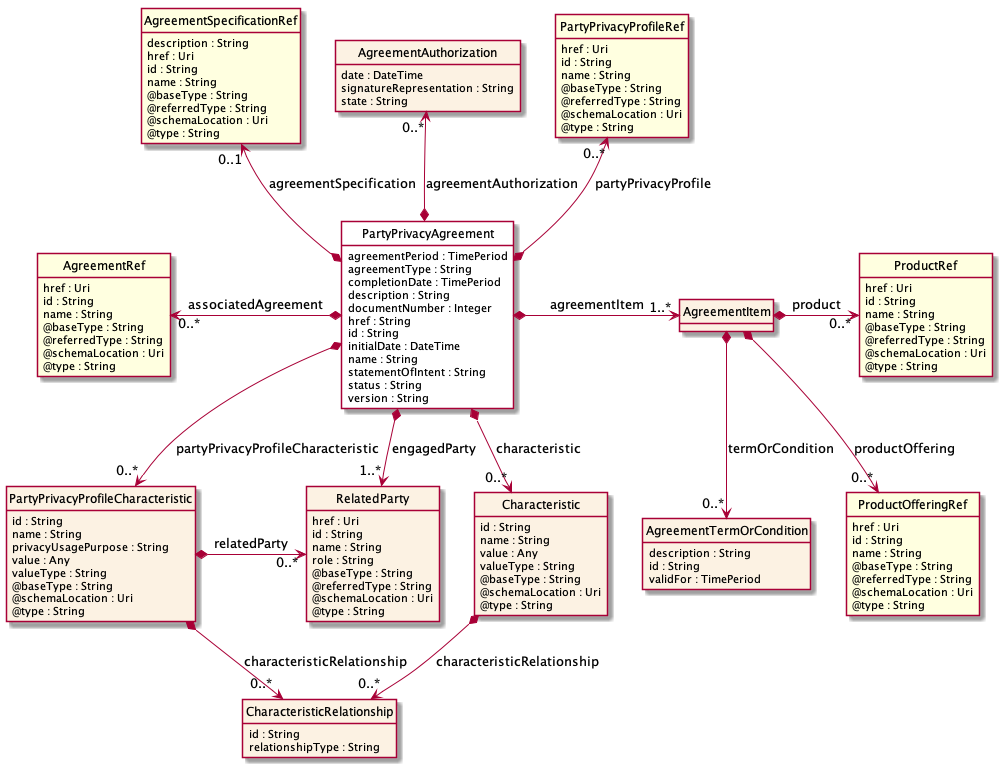
tmforum-apis/Open_Api_And_Data_Model keeps this PlantUML diagram as apis/TMF644_Privacy/documentation/diagrams/Resource_PartyPrivacyAgreement.png. Above is the earlier version.
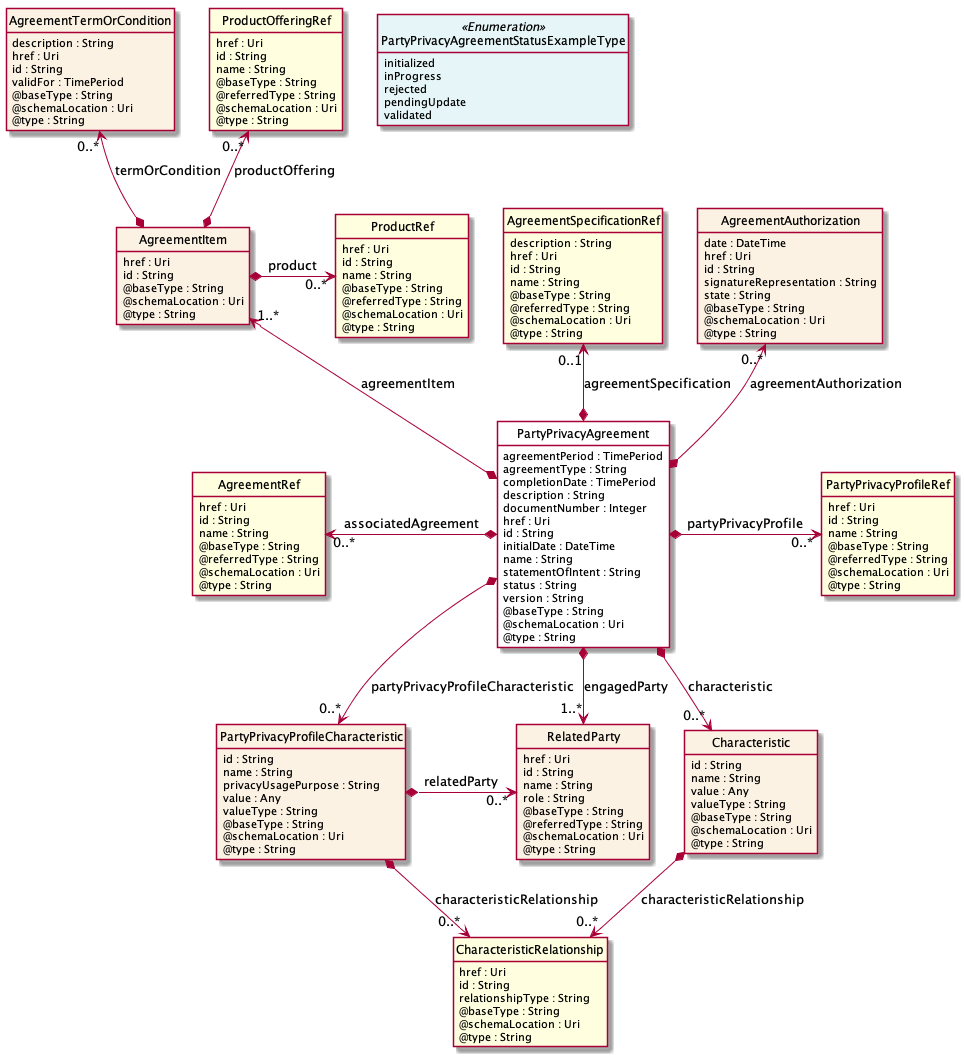
After the change.

What changed in the source:
```diff
@@ -16,13 +16,24 @@
     completionDate : TimePeriod
     description : String
     documentNumber : Integer
-    href : String
+    href : Uri
     id : String
     initialDate : DateTime
     name : String
     statementOfIntent : String
     status : String
     version : String
+    @baseType : String
+    @schemaLocation : Uri
+    @type : String
+}
+
+class PartyPrivacyAgreementStatusExampleType <<Enumeration>> {
+    initialized
+    inProgress
+    rejected
+    pendingUpdate
+    validated
 }
 
 class PartyPrivacyProfileCharacteristic  {
@@ -36,9 +47,13 @@
     @type : String
 }
 
-class CharacteristicRelationship  {
+class CharacteristicRelationship  <<Ref>> {
+    href : Uri
     id : String
     relationshipType : String
+    @baseType : String
+    @schemaLocation : Uri
+    @type : String
 }
 
 class RelatedParty  {
@@ -85,8 +100,13 @@
 
 class AgreementAuthorization  {
     date : DateTime
+    href : Uri
+    id : String
     signatureRepresentation : String
     state : String
+    @baseType : String
+    @schemaLocation : Uri
+    @type : String
 }
 
 class PartyPrivacyProfileRef  <<Ref>> {
@@ -100,13 +120,21 @@
 }
 
 class AgreementItem  {
-
+    href : Uri
+    id : String
+    @baseType : String
+    @schemaLocation : Uri
+    @type : String
 }
 
 class AgreementTermOrCondition  {
     description : String
+    href : Uri
     id : String
     validFor : TimePeriod
+    @baseType : String
+    @schemaLocation : Uri
+    @type : String
 }
 
 class ProductRef  <<Ref>> {
@@ -129,32 +157,32 @@
     @type : String
 }
 
-PartyPrivacyAgreement *-right-> "1..*" AgreementItem : agreementItem
+PartyPrivacyAgreement *-->  "0..*" Characteristic : characteristic
 
 PartyPrivacyAgreement *-->  "1..*" RelatedParty : engagedParty
 
-PartyPrivacyAgreement *-->  "0..*" Characteristic : characteristic
-
 PartyPrivacyAgreement *-->  "0..*" PartyPrivacyProfileCharacteristic : partyPrivacyProfileCharacteristic
 
+Characteristic *-->  "0..*" CharacteristicRelationship : characteristicRelationship
+
 PartyPrivacyProfileCharacteristic *-->  "0..*" CharacteristicRelationship : characteristicRelationship
-
-Characteristic *-->  "0..*" CharacteristicRelationship : characteristicRelationship
 
 PartyPrivacyProfileCharacteristic *-right-> "0..*" RelatedParty : relatedParty
 
 AgreementRef "0..*" <-left-* PartyPrivacyAgreement : associatedAgreement
 
-PartyPrivacyProfileRef "0..*" <--* PartyPrivacyAgreement : partyPrivacyProfile
+PartyPrivacyAgreement *-right-> "0..*" PartyPrivacyProfileRef : partyPrivacyProfile
 
 AgreementAuthorization "0..*" <--* PartyPrivacyAgreement : agreementAuthorization
 
 AgreementSpecificationRef "0..1" <--* PartyPrivacyAgreement : agreementSpecification
 
+AgreementItem "1..*" <--* PartyPrivacyAgreement : agreementItem
+
 AgreementItem *-right-> "0..*" ProductRef : product
 
-AgreementItem *-->  "0..*" ProductOfferingRef : productOffering
+ProductOfferingRef "0..*" <--* AgreementItem : productOffering
 
-AgreementItem *-->  "0..*" AgreementTermOrCondition : termOrCondition
+AgreementTermOrCondition "0..*" <--* AgreementItem : termOrCondition
 
 @enduml
```
